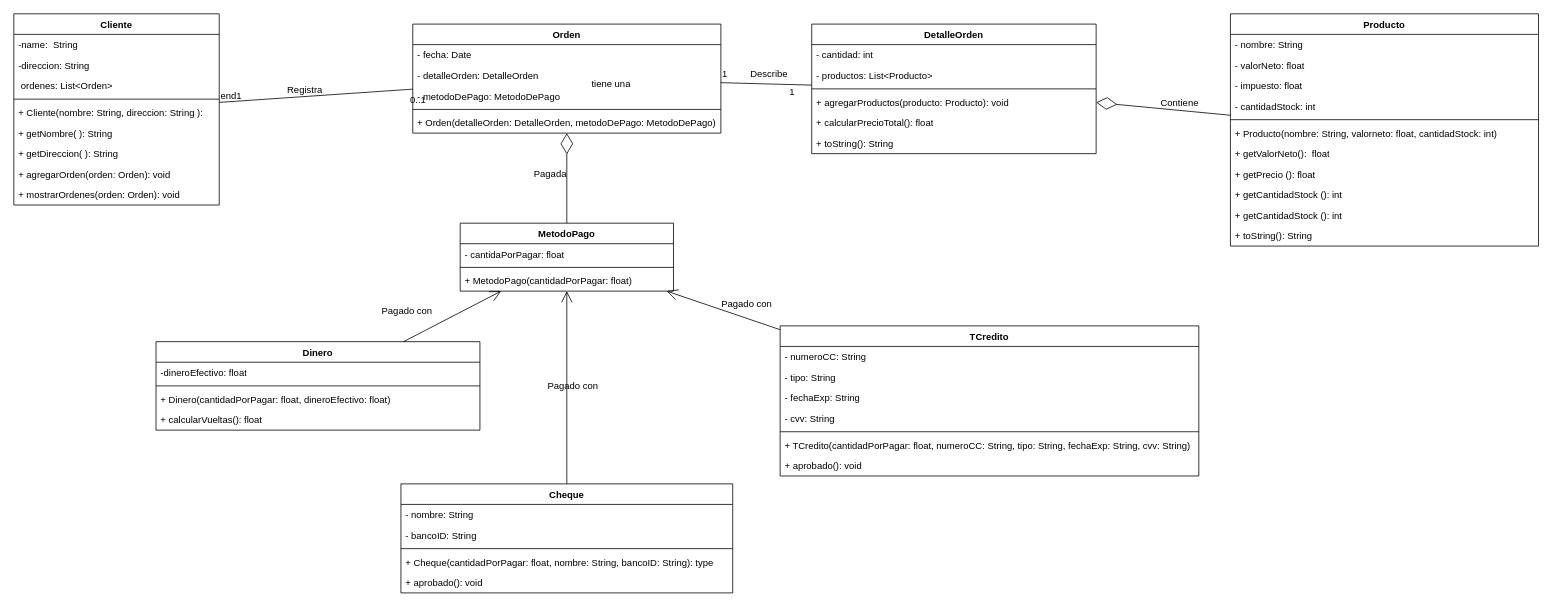
Earlier version of the draw.io diagram Diagramas/GRASP ModeloTienda1.drawio (JosehpCR/DiagramasUML). Source tidied: cells renumbered, new cells numbered last; positions are measured from the earlier drawing's top-left corner, leaving out a move shared by most shapes. Both pictures are drawn from the tidied source at 79%, with x=0, y=0 at pixel (13, 13).
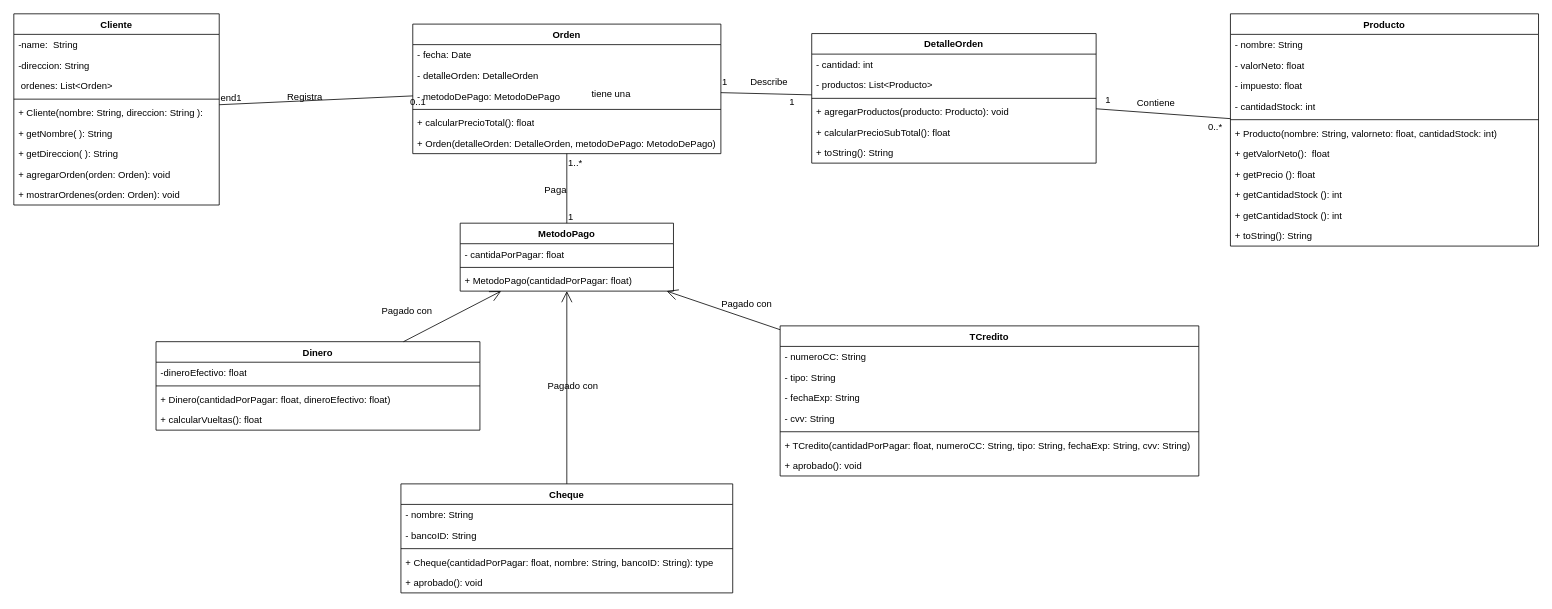
After the change.

The change refers to these unchanged cells:
```xml
<mxCell id="38" value="Producto" style="swimlane;fontStyle=1;align=center;verticalAlign=top;horizontal=1;startSize=26;whiteSpace=wrap;html=1;" parent="1" vertex="1">
  <mxGeometry x="1540" width="390" height="294" as="geometry" />
</mxCell>
<mxCell id="59" value="MetodoPago" style="swimlane;fontStyle=1;align=center;verticalAlign=top;horizontal=1;startSize=26;whiteSpace=wrap;html=1;" parent="1" vertex="1">
  <mxGeometry x="565" y="265" width="270" height="86" as="geometry" />
</mxCell>
```

What changed in the source:
```diff
@@
     <mxCell id="17" value="DetalleOrden" style="swimlane;fontStyle=1;align=center;verticalAlign=top;horizontal=1;startSize=26;whiteSpace=wrap;html=1;" parent="1" vertex="1">
-      <mxGeometry x="1010" y="13" width="360" height="164" as="geometry" />
+      <mxGeometry x="1010" y="25" width="360" height="164" as="geometry" />
     </mxCell>
@@
-    <mxCell id="22" value="+ calcularPrecioTotal(): float" style="text;strokeColor=none;fillColor=none;align=left;verticalAlign=top;spacingLeft=4;spacingRight=4;overflow=hidden;whiteSpace=wrap;html=1;" parent="17" vertex="1">
+    <mxCell id="22" value="+ calcularPrecioSubTotal(): float" style="text;strokeColor=none;fillColor=none;align=left;verticalAlign=top;spacingLeft=4;spacingRight=4;overflow=hidden;whiteSpace=wrap;html=1;" parent="17" vertex="1">
       <mxGeometry y="112" width="360" height="26" as="geometry" />
     </mxCell>
@@
     <mxCell id="50" value="Orden" style="swimlane;fontStyle=1;align=center;verticalAlign=top;horizontal=1;startSize=26;whiteSpace=wrap;html=1;" parent="1" vertex="1">
-      <mxGeometry x="505" y="13" width="390" height="138" as="geometry" />
+      <mxGeometry x="505" y="13" width="390" height="164" as="geometry" />
     </mxCell>
@@
+    <mxCell id="79" value="+ calcularPrecioTotal(): float" style="text;strokeColor=none;fillColor=none;align=left;verticalAlign=top;spacingLeft=4;spacingRight=4;overflow=hidden;whiteSpace=wrap;html=1;" parent="50" vertex="1">
+      <mxGeometry y="112" width="390" height="26" as="geometry" />
+    </mxCell>
     <mxCell id="55" value="+ Orden(detalleOrden: DetalleOrden, metodoDePago: MetodoDePago)" style="text;strokeColor=none;fillColor=none;align=left;verticalAlign=top;spacingLeft=4;spacingRight=4;overflow=hidden;whiteSpace=wrap;html=1;" parent="50" vertex="1">
-      <mxGeometry y="112" width="390" height="26" as="geometry" />
+      <mxGeometry y="138" width="390" height="26" as="geometry" />
     </mxCell>
@@
-    <mxCell id="63" style="endArrow=diamondThin;endFill=0;endSize=24;html=1;rounded=0;" parent="1" edge="1" source="38" target="17">
-      <mxGeometry relative="1" as="geometry" />
-    </mxCell>
-    <mxCell id="64" style="endArrow=diamondThin;endFill=0;endSize=24;html=1;rounded=0;" parent="1" edge="1" source="59" target="50">
-      <mxGeometry relative="1" as="geometry" />
-    </mxCell>
@@
     <mxCell id="72" value="Describe" style="html=1;align=right;verticalAlign=bottom;labelBackgroundColor=none;" parent="1" vertex="1">
-      <mxGeometry x="980" y="85" as="geometry" />
+      <mxGeometry x="980" y="95" as="geometry" />
     </mxCell>
-    <mxCell id="73" value="Pagada" style="html=1;align=right;verticalAlign=bottom;labelBackgroundColor=none;" parent="1" vertex="1">
-      <mxGeometry x="690" y="195" as="geometry">
+    <mxCell id="73" value="Paga" style="html=1;align=right;verticalAlign=bottom;labelBackgroundColor=none;" parent="1" vertex="1">
+      <mxGeometry x="690" y="215" as="geometry">
         <mxPoint x="10" y="16" as="offset" />
       </mxGeometry>
     </mxCell>
@@
     <mxCell id="77" value="Contiene" style="html=1;align=right;verticalAlign=bottom;labelBackgroundColor=none;" parent="1" vertex="1">
-      <mxGeometry x="1500" y="121" as="geometry" />
+      <mxGeometry x="1470" y="121" as="geometry" />
     </mxCell>
     <mxCell id="78" value="1" style="html=1;align=left;verticalAlign=bottom;labelBackgroundColor=none;" parent="1" vertex="1">
-      <mxGeometry x="895" y="85" as="geometry" />
+      <mxGeometry x="895" y="95" as="geometry" />
     </mxCell>
+    <mxCell id="80" value="1" style="html=1;align=left;verticalAlign=top;labelBackgroundColor=none;" parent="1" vertex="1">
+      <mxGeometry x="1380" y="95" as="geometry" />
+    </mxCell>
+    <mxCell id="63" style="endArrow=none;html=1;rounded=0;align=center;verticalAlign=top;endFill=0;labelBackgroundColor=none;" parent="1" edge="1" source="38" target="17">
+      <mxGeometry relative="1" as="geometry" />
+    </mxCell>
+    <mxCell id="81" value="0..*" style="html=1;align=left;verticalAlign=top;labelBackgroundColor=none;" parent="63" vertex="1">
+      <mxGeometry x="-1" relative="1" as="geometry">
+        <mxPoint x="-30" y="-3" as="offset" />
+      </mxGeometry>
+    </mxCell>
+    <mxCell id="64" style="endArrow=none;html=1;rounded=0;align=center;verticalAlign=top;endFill=0;labelBackgroundColor=none;" parent="1" edge="1" source="59" target="50">
+      <mxGeometry relative="1" as="geometry" />
+    </mxCell>
+    <mxCell id="82" value="1" style="html=1;align=left;verticalAlign=bottom;labelBackgroundColor=none;" parent="64" vertex="1">
+      <mxGeometry x="-1" relative="1" as="geometry" />
+    </mxCell>
+    <mxCell id="83" value="1..*" style="html=1;align=left;verticalAlign=top;labelBackgroundColor=none;" parent="64" vertex="1">
+      <mxGeometry x="-1" relative="1" as="geometry">
+        <mxPoint y="-90" as="offset" />
+      </mxGeometry>
+    </mxCell>
```
